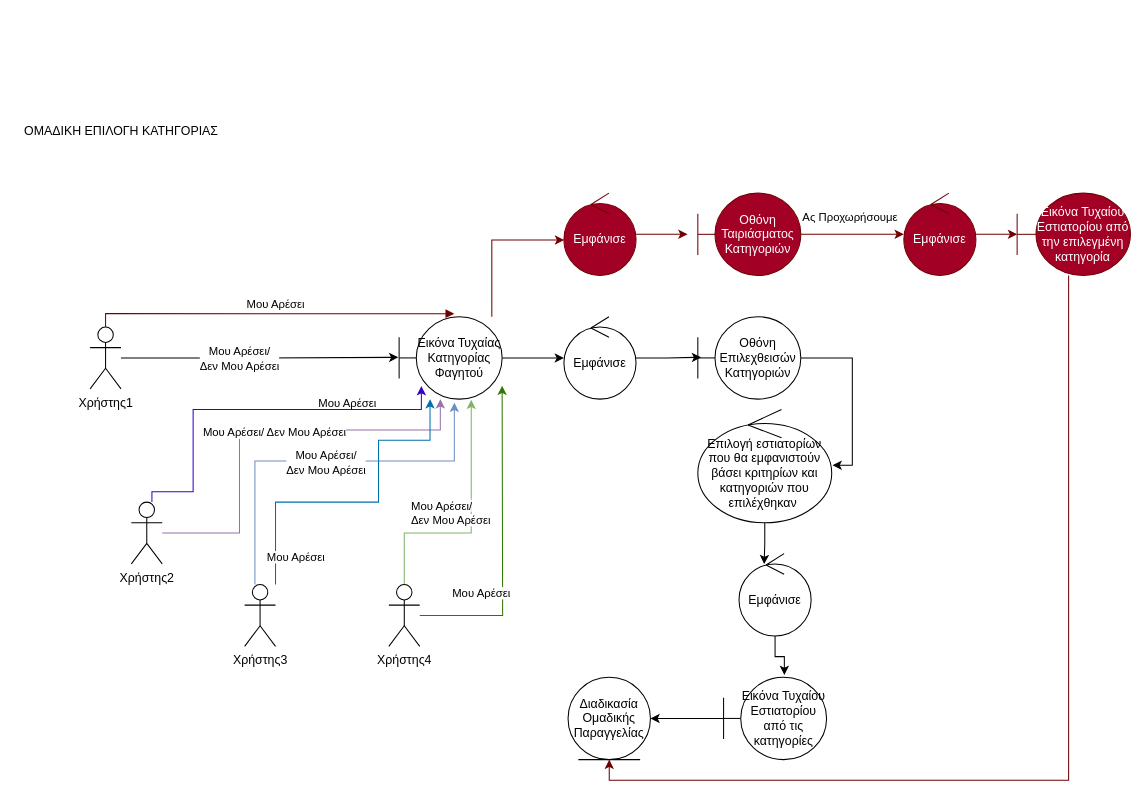
Before: docs/contributions/AthanasiaZ/Writing-Charts/Phase3/Robustness Diagrams/Ομαδική Επιλογή Κατηγορίας.drawio in iloudaros/nomnomr, a draw.io diagram. Source tidied: cells renumbered, new cells numbered last; positions are measured from the earlier drawing's top-left corner, leaving out a move shared by most shapes. Both pictures are drawn from the tidied source at 103%, with x=0, y=0 at pixel (18, 121).
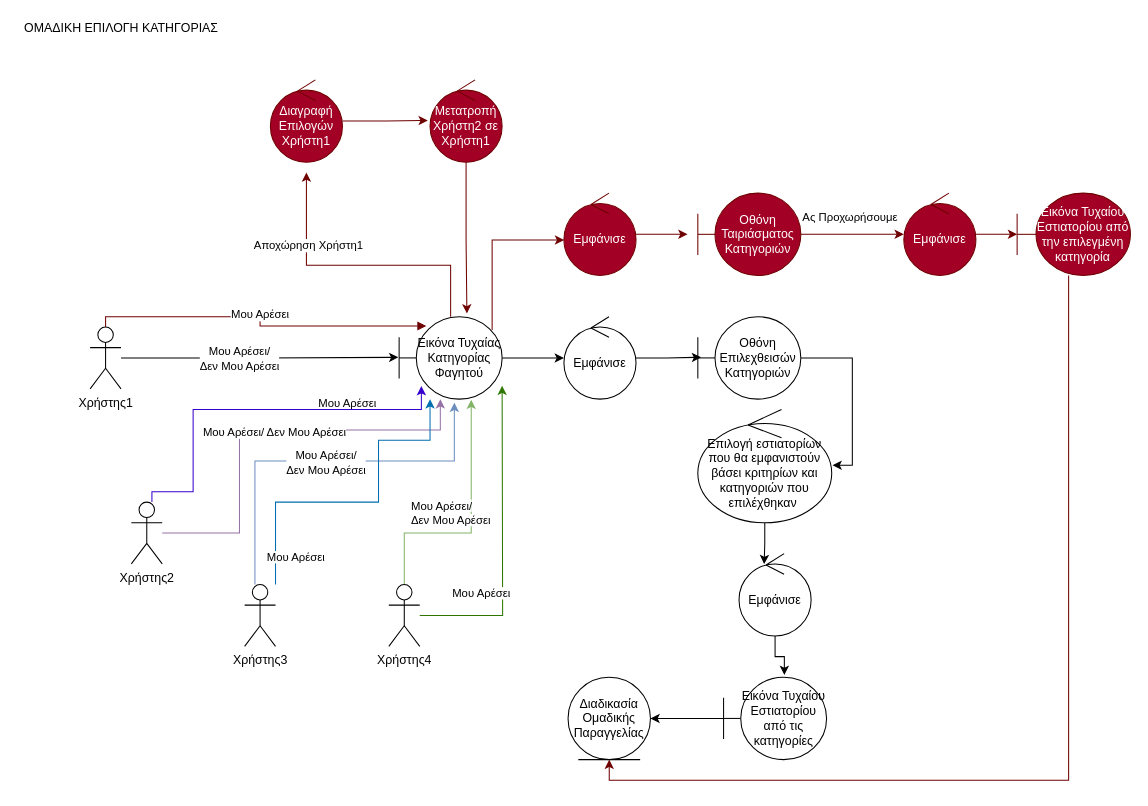
Above is the later version.

Commit message (it also covers changes not shown here):
updated robustness diagrams

The change refers to these unchanged cells:
```xml
<mxCell id="4" value="Χρήστης1" style="shape=umlActor;verticalLabelPosition=bottom;verticalAlign=top;html=1;outlineConnect=0;" parent="1" vertex="1">
  <mxGeometry x="70" y="200" width="30" height="60" as="geometry" />
</mxCell>
<mxCell id="7" value="Εικόνα Τυχαίας Κατηγορίας Φαγητού" style="shape=umlBoundary;whiteSpace=wrap;html=1;" parent="1" vertex="1">
  <mxGeometry x="370" y="190" width="100" height="80" as="geometry" />
</mxCell>
<mxCell id="36" value="Εμφάνισε" style="ellipse;shape=umlControl;whiteSpace=wrap;html=1;fillColor=#a20025;fontColor=#ffffff;strokeColor=#6F0000;" parent="1" vertex="1">
  <mxGeometry x="530" y="70" width="70" height="80" as="geometry" />
</mxCell>
```

What changed in the source:
```diff
@@
-    <mxCell id="6" style="edgeStyle=orthogonalEdgeStyle;rounded=0;jettySize=auto;html=1;entryX=0.003;entryY=0.57;entryDx=0;entryDy=0;entryPerimeter=0;fillColor=#a20025;strokeColor=#6F0000;" parent="1" edge="1" source="7" target="36">
+    <mxCell id="6" style="edgeStyle=orthogonalEdgeStyle;rounded=0;jettySize=auto;html=1;entryX=0.003;entryY=0.57;entryDx=0;entryDy=0;entryPerimeter=0;fillColor=#a20025;strokeColor=#6F0000;exitX=0.903;exitY=0.16;exitDx=0;exitDy=0;exitPerimeter=0;" parent="1" edge="1" source="7" target="36">
       <mxGeometry relative="1" as="geometry">
         <Array as="points">
           <mxPoint x="460" y="116" />
         </Array>
       </mxGeometry>
     </mxCell>
+    <mxCell id="45" style="edgeStyle=orthogonalEdgeStyle;rounded=0;jettySize=auto;html=1;fillColor=#a20025;strokeColor=#6F0000;" parent="1" edge="1" source="7">
+      <mxGeometry relative="1" as="geometry">
+        <mxPoint x="280" y="50" as="targetPoint" />
+        <Array as="points">
+          <mxPoint x="420" y="140" />
+          <mxPoint x="280" y="140" />
+        </Array>
+      </mxGeometry>
+    </mxCell>
+    <mxCell id="46" value="Αποχώρηση Χρήστη1" style="edgeLabel;html=1;align=center;verticalAlign=middle;" parent="45" vertex="1">
+      <mxGeometry x="0.5" y="-1" relative="1" as="geometry" />
+    </mxCell>
@@
-    <mxCell id="31" value="Μου Αρέσει" style="html=1;verticalAlign=bottom;endArrow=block;rounded=0;exitX=0.5;exitY=0;exitDx=0;exitDy=0;exitPerimeter=0;entryX=0.536;entryY=-0.037;entryDx=0;entryDy=0;entryPerimeter=0;edgeStyle=orthogonalEdgeStyle;fillColor=#a20025;strokeColor=#6F0000;" parent="1" edge="1" source="4" target="7">
+    <mxCell id="31" value="Μου Αρέσει" style="html=1;verticalAlign=bottom;endArrow=block;rounded=0;exitX=0.5;exitY=0;exitDx=0;exitDy=0;exitPerimeter=0;entryX=0.263;entryY=0.112;entryDx=0;entryDy=0;entryPerimeter=0;edgeStyle=orthogonalEdgeStyle;fillColor=#a20025;strokeColor=#6F0000;" parent="1" edge="1" source="4" target="7">
       <mxGeometry x="0.01" relative="1" as="geometry" />
     </mxCell>
@@
     <mxCell id="44" value="ΟΜΑΔΙΚΗ ΕΠΙΛΟΓΗ ΚΑΤΗΓΟΡΙΑΣ" style="text;html=1;align=center;verticalAlign=middle;strokeColor=none;fillColor=none;" parent="1" vertex="1">
-      <mxGeometry width="200" height="20" as="geometry" />
+      <mxGeometry y="-100" width="200" height="20" as="geometry" />
     </mxCell>
+    <mxCell id="47" style="edgeStyle=orthogonalEdgeStyle;rounded=0;jettySize=auto;html=1;entryX=-0.031;entryY=0.493;entryDx=0;entryDy=0;entryPerimeter=0;fillColor=#a20025;strokeColor=#6F0000;" parent="1" edge="1" source="48" target="50">
+      <mxGeometry relative="1" as="geometry" />
+    </mxCell>
+    <mxCell id="48" value="Διαγραφή Επιλογών Χρήστη1" style="ellipse;shape=umlControl;whiteSpace=wrap;html=1;fillColor=#a20025;fontColor=#ffffff;strokeColor=#6F0000;" parent="1" vertex="1">
+      <mxGeometry x="245" y="-40" width="70" height="80" as="geometry" />
+    </mxCell>
+    <mxCell id="49" style="edgeStyle=orthogonalEdgeStyle;rounded=0;jettySize=auto;html=1;entryX=0.658;entryY=-0.04;entryDx=0;entryDy=0;entryPerimeter=0;fillColor=#a20025;strokeColor=#6F0000;" parent="1" edge="1" source="50" target="7">
+      <mxGeometry relative="1" as="geometry" />
+    </mxCell>
+    <mxCell id="50" value="Μετατροπή Χρήστη2 σε Χρήστη1" style="ellipse;shape=umlControl;whiteSpace=wrap;html=1;fillColor=#a20025;fontColor=#ffffff;strokeColor=#6F0000;" parent="1" vertex="1">
+      <mxGeometry x="400" y="-40" width="70" height="80" as="geometry" />
+    </mxCell>
```
